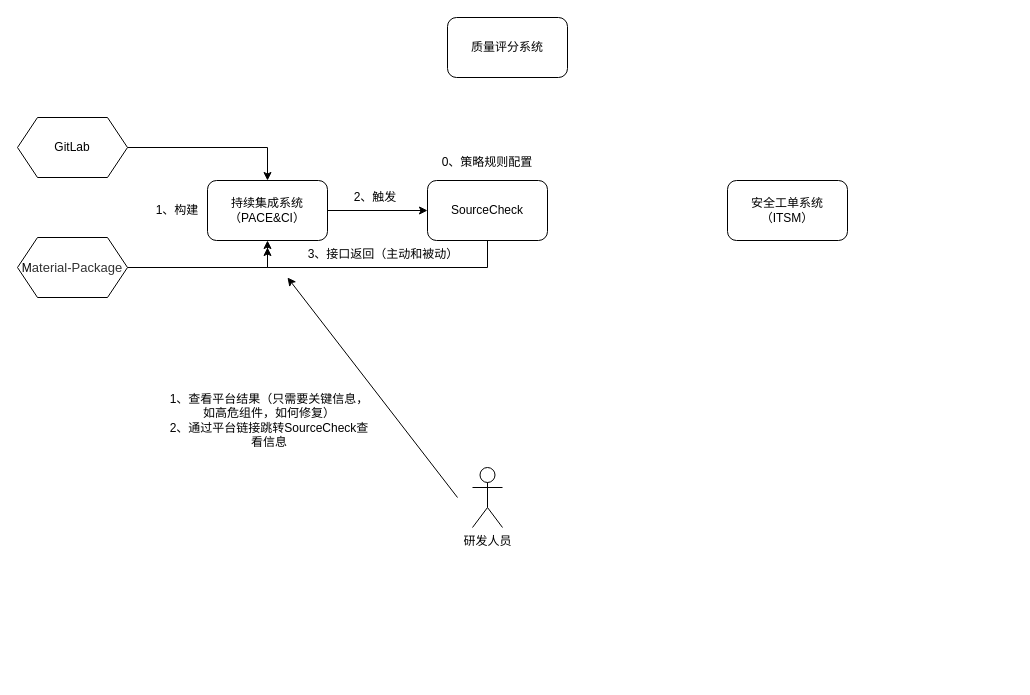
Before: 微众开源治理.drawio in wangjie66/app.diagrams.net, a draw.io diagram. Source tidied: cells renumbered, new cells numbered last; positions are measured from the earlier drawing's top-left corner, leaving out a move shared by most shapes. Both pictures are drawn from the tidied source at 100%, with x=0, y=0 at pixel (17, 17).
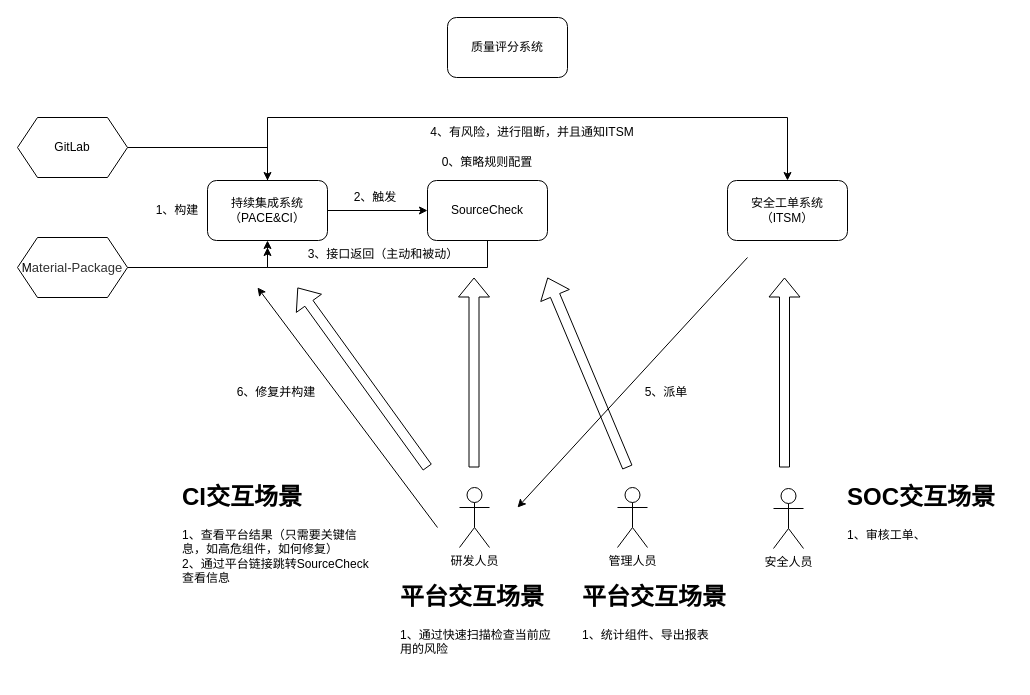
After the change.

Commit message:
更新微众开源治理.drawio

The change refers to these unchanged cells:
```xml
<mxCell id="3" value="持续集成系统（PACE&amp;amp;CI）" style="rounded=1;whiteSpace=wrap;html=1;" parent="1" vertex="1">
  <mxGeometry x="190" y="163" width="120" height="60" as="geometry" />
</mxCell>
<mxCell id="4" value="安全工单系统（ITSM）" style="rounded=1;whiteSpace=wrap;html=1;" parent="1" vertex="1">
  <mxGeometry x="710" y="163" width="120" height="60" as="geometry" />
</mxCell>
```

Change to the diagram source:
```diff
@@
+    <mxCell id="19" style="edgeStyle=orthogonalEdgeStyle;rounded=0;jettySize=auto;html=1;entryX=0.5;entryY=0;entryDx=0;entryDy=0;" parent="1" edge="1" source="3" target="4">
+      <mxGeometry relative="1" as="geometry">
+        <Array as="points">
+          <mxPoint x="250" y="100" />
+          <mxPoint x="770" y="100" />
+        </Array>
+      </mxGeometry>
+    </mxCell>
@@
     <mxCell id="16" value="研发人员" style="shape=umlActor;verticalLabelPosition=bottom;verticalAlign=top;html=1;" parent="1" vertex="1">
-      <mxGeometry x="455" y="450" width="30" height="60" as="geometry" />
+      <mxGeometry x="442" y="470" width="30" height="60" as="geometry" />
     </mxCell>
-    <mxCell id="17" style="endArrow=classic;html=1;rounded=0;" parent="1" edge="1">
-      <mxGeometry relative="1" as="geometry">
-        <mxPoint x="440" y="480" as="sourcePoint" />
-        <mxPoint x="270" y="260" as="targetPoint" />
-      </mxGeometry>
-    </mxCell>
-    <mxCell id="18" value="1、查看平台结果（只需要关键信息，如高危组件，如何修复）&lt;br&gt;2、通过平台链接跳转SourceCheck查看信息" style="text;html=1;strokeColor=none;fillColor=none;align=center;verticalAlign=middle;whiteSpace=wrap;rounded=0;" parent="1" vertex="1">
-      <mxGeometry x="150" y="370" width="204" height="65" as="geometry" />
-    </mxCell>
+    <mxCell id="20" value="&lt;h1&gt;CI交互场景&lt;/h1&gt;&lt;p&gt;&lt;span style=&quot;text-align: center;&quot;&gt;1、查看平台结果（只需要关键信息，如高危组件，如何修复）&lt;/span&gt;&lt;br style=&quot;text-align: center;&quot;&gt;&lt;span style=&quot;text-align: center;&quot;&gt;2、通过平台链接跳转SourceCheck查看信息&lt;/span&gt;&lt;br&gt;&lt;/p&gt;" style="text;html=1;strokeColor=none;fillColor=none;spacing=5;spacingTop=-20;whiteSpace=wrap;overflow=hidden;rounded=0;" parent="1" vertex="1">
+      <mxGeometry x="160" y="460" width="202" height="120" as="geometry" />
+    </mxCell>
+    <mxCell id="21" value="&lt;h1&gt;平台交互场景&lt;/h1&gt;&lt;p&gt;&lt;span style=&quot;text-align: center;&quot;&gt;1、通过快速扫描检查当前应用的风险&amp;nbsp;&amp;nbsp;&lt;/span&gt;&lt;/p&gt;" style="text;html=1;strokeColor=none;fillColor=none;spacing=5;spacingTop=-20;whiteSpace=wrap;overflow=hidden;rounded=0;" parent="1" vertex="1">
+      <mxGeometry x="378" y="560" width="170" height="100" as="geometry" />
+    </mxCell>
+    <mxCell id="22" value="安全人员" style="shape=umlActor;verticalLabelPosition=bottom;verticalAlign=top;html=1;" parent="1" vertex="1">
+      <mxGeometry x="756" y="471" width="30" height="60" as="geometry" />
+    </mxCell>
+    <mxCell id="23" value="&lt;h1&gt;SOC交互场景&lt;/h1&gt;&lt;p&gt;&lt;span style=&quot;text-align: center;&quot;&gt;1、审核工单、&amp;nbsp;&lt;/span&gt;&lt;/p&gt;" style="text;html=1;strokeColor=none;fillColor=none;spacing=5;spacingTop=-20;whiteSpace=wrap;overflow=hidden;rounded=0;" parent="1" vertex="1">
+      <mxGeometry x="825" y="460" width="170" height="100" as="geometry" />
+    </mxCell>
+    <mxCell id="24" value="管理人员" style="shape=umlActor;verticalLabelPosition=bottom;verticalAlign=top;html=1;" parent="1" vertex="1">
+      <mxGeometry x="600" y="470" width="30" height="60" as="geometry" />
+    </mxCell>
+    <mxCell id="25" value="&lt;h1&gt;平台交互场景&lt;/h1&gt;&lt;p&gt;&lt;span style=&quot;text-align: center;&quot;&gt;1、统计组件、导出报表&lt;/span&gt;&lt;/p&gt;" style="text;html=1;strokeColor=none;fillColor=none;spacing=5;spacingTop=-20;whiteSpace=wrap;overflow=hidden;rounded=0;" parent="1" vertex="1">
+      <mxGeometry x="560" y="560" width="170" height="100" as="geometry" />
+    </mxCell>
+    <mxCell id="26" value="4、有风险，进行阻断，并且通知ITSM" style="text;html=1;strokeColor=none;fillColor=none;align=center;verticalAlign=middle;whiteSpace=wrap;rounded=0;" parent="1" vertex="1">
+      <mxGeometry x="390" y="100" width="250" height="30" as="geometry" />
+    </mxCell>
+    <mxCell id="27" style="shape=flexArrow;endArrow=classic;html=1;rounded=0;" parent="1" edge="1">
+      <mxGeometry relative="1" as="geometry">
+        <mxPoint x="410" y="450" as="sourcePoint" />
+        <mxPoint x="280" y="270" as="targetPoint" />
+      </mxGeometry>
+    </mxCell>
+    <mxCell id="28" style="shape=flexArrow;endArrow=classic;html=1;rounded=0;" parent="1" edge="1">
+      <mxGeometry relative="1" as="geometry">
+        <mxPoint x="456.5" y="450" as="sourcePoint" />
+        <mxPoint x="456.5" y="260" as="targetPoint" />
+      </mxGeometry>
+    </mxCell>
+    <mxCell id="29" style="shape=flexArrow;endArrow=classic;html=1;rounded=0;" parent="1" edge="1">
+      <mxGeometry relative="1" as="geometry">
+        <mxPoint x="610" y="450" as="sourcePoint" />
+        <mxPoint x="530" y="260" as="targetPoint" />
+      </mxGeometry>
+    </mxCell>
+    <mxCell id="30" style="shape=flexArrow;endArrow=classic;html=1;rounded=0;" parent="1" edge="1">
+      <mxGeometry relative="1" as="geometry">
+        <mxPoint x="767" y="450" as="sourcePoint" />
+        <mxPoint x="767" y="260" as="targetPoint" />
+      </mxGeometry>
+    </mxCell>
+    <mxCell id="31" style="endArrow=classic;html=1;rounded=0;" parent="1" edge="1">
+      <mxGeometry relative="1" as="geometry">
+        <mxPoint x="730" y="240" as="sourcePoint" />
+        <mxPoint x="500" y="490" as="targetPoint" />
+      </mxGeometry>
+    </mxCell>
+    <mxCell id="32" value="5、派单" style="text;html=1;strokeColor=none;fillColor=none;align=center;verticalAlign=middle;whiteSpace=wrap;rounded=0;" parent="1" vertex="1">
+      <mxGeometry x="580" y="360" width="138" height="30" as="geometry" />
+    </mxCell>
+    <mxCell id="33" style="endArrow=classic;html=1;rounded=0;" parent="1" edge="1">
+      <mxGeometry relative="1" as="geometry">
+        <mxPoint x="420" y="510" as="sourcePoint" />
+        <mxPoint x="240" y="270" as="targetPoint" />
+      </mxGeometry>
+    </mxCell>
+    <mxCell id="34" value="6、修复并构建" style="text;html=1;strokeColor=none;fillColor=none;align=center;verticalAlign=middle;whiteSpace=wrap;rounded=0;" parent="1" vertex="1">
+      <mxGeometry x="190" y="360" width="138" height="30" as="geometry" />
+    </mxCell>
```
